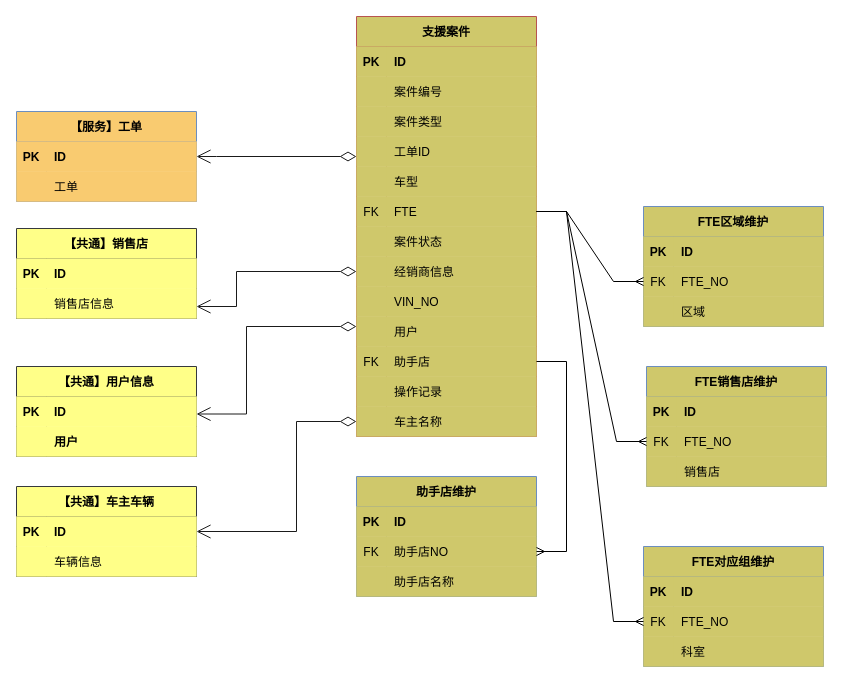
The draw.io diagram page "支援案件聚合根" (1 of 10) of images/支援案件时序图.drawio in 1132489442/designer, before the edit. Source tidied: cells renumbered, new cells numbered last; positions are measured from the earlier drawing's top-left corner, leaving out a move shared by most shapes. Both pictures are drawn from the tidied source at 100%, with x=0, y=0 at pixel (16, 16).
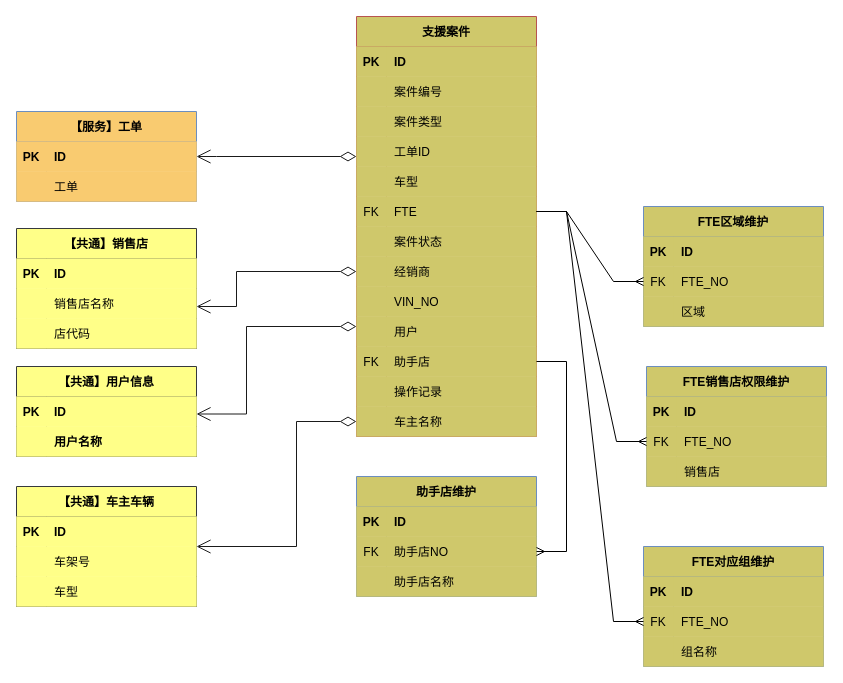
After the change.

The change refers to these unchanged cells:
```xml
<mxCell id="31" style="shape=partialRectangle;fillColor=#CFC86B;top=0;left=0;bottom=0;right=0;points=[[0,0.5],[1,0.5]];portConstraint=eastwest;strokeColor=#b85450;" parent="9" vertex="1">
  <mxGeometry y="240" width="180" height="30" as="geometry" />
</mxCell>
<mxCell id="46" style="shape=partialRectangle;fillColor=#CFC86B;top=0;left=0;bottom=0;right=0;points=[[0,0.5],[1,0.5]];portConstraint=eastwest;strokeColor=#b85450;" parent="9" vertex="1">
  <mxGeometry y="390" width="180" height="30" as="geometry" />
</mxCell>
<mxCell id="76" style="shape=partialRectangle;fillColor=#CFC86B;top=0;left=0;bottom=0;right=0;strokeColor=#6c8ebf;" parent="69" vertex="1">
  <mxGeometry y="90" width="180" height="30" as="geometry" />
</mxCell>
<mxCell id="97" style="shape=partialRectangle;fillColor=#ffff88;top=0;left=0;bottom=0;right=0;strokeColor=#36393d;swimlaneLine=1;shadow=0;labelBorderColor=none;labelBackgroundColor=none;" parent="93" vertex="1">
  <mxGeometry y="60" width="180" height="30" as="geometry" />
</mxCell>
<mxCell id="104" style="shape=partialRectangle;fillColor=#ffff88;top=0;left=0;bottom=0;right=0;strokeColor=#36393d;swimlaneLine=1;shadow=0;labelBorderColor=none;labelBackgroundColor=none;" parent="100" vertex="1">
  <mxGeometry y="60" width="180" height="30" as="geometry" />
</mxCell>
<mxCell id="111" style="shape=partialRectangle;fillColor=#ffff88;top=0;left=0;bottom=0;right=0;strokeColor=#36393d;swimlaneLine=1;shadow=0;labelBorderColor=none;labelBackgroundColor=none;" parent="107" vertex="1">
  <mxGeometry y="60" width="180" height="30" as="geometry" />
</mxCell>
```

The edit, as a diff of the source:
```diff
@@
-    <mxCell id="33" value="经销商信息" style="shape=partialRectangle;fillColor=#CFC86B;top=0;left=0;bottom=0;right=0;align=left;spacingLeft=6;overflow=hidden;strokeColor=#b85450;" parent="31" vertex="1">
+    <mxCell id="33" value="经销商" style="shape=partialRectangle;fillColor=#CFC86B;top=0;left=0;bottom=0;right=0;align=left;spacingLeft=6;overflow=hidden;strokeColor=#b85450;" parent="31" vertex="1">
       <mxGeometry x="30" width="150" height="30" as="geometry" />
     </mxCell>
@@
-    <mxCell id="59" value="FTE销售店维护" style="shape=table;startSize=30;childLayout=tableLayout;rowLines=0;fontStyle=1;align=center;fillColor=#CFC86B;strokeColor=#6c8ebf;" parent="1" vertex="1">
+    <mxCell id="59" value="FTE销售店权限维护" style="shape=table;startSize=30;childLayout=tableLayout;rowLines=0;fontStyle=1;align=center;fillColor=#CFC86B;strokeColor=#6c8ebf;" parent="1" vertex="1">
       <mxGeometry x="630" y="350" width="180" height="120" as="geometry" />
     </mxCell>
@@
-    <mxCell id="78" value="科室" style="shape=partialRectangle;fillColor=#CFC86B;top=0;left=0;bottom=0;right=0;align=left;spacingLeft=6;overflow=hidden;strokeColor=#6c8ebf;" parent="76" vertex="1">
+    <mxCell id="78" value="组名称" style="shape=partialRectangle;fillColor=#CFC86B;top=0;left=0;bottom=0;right=0;align=left;spacingLeft=6;overflow=hidden;strokeColor=#6c8ebf;" parent="76" vertex="1">
       <mxGeometry x="30" width="150" height="30" as="geometry" />
     </mxCell>
@@
     <mxCell id="93" value="【共通】车主车辆" style="shape=table;startSize=30;childLayout=tableLayout;rowLines=0;fontStyle=1;align=center;fillColor=#ffff88;strokeColor=#36393d;swimlaneLine=1;shadow=0;labelBorderColor=none;labelBackgroundColor=none;" parent="1" vertex="1">
-      <mxGeometry y="470" width="180" height="90" as="geometry" />
+      <mxGeometry y="470" width="180" height="120" as="geometry" />
     </mxCell>
@@
-    <mxCell id="99" value="车辆信息" style="shape=partialRectangle;fillColor=#ffff88;top=0;left=0;bottom=0;right=0;align=left;spacingLeft=6;overflow=hidden;strokeColor=#36393d;swimlaneLine=1;shadow=0;labelBorderColor=none;labelBackgroundColor=none;" parent="97" vertex="1">
+    <mxCell id="99" value="车架号" style="shape=partialRectangle;fillColor=#ffff88;top=0;left=0;bottom=0;right=0;align=left;spacingLeft=6;overflow=hidden;strokeColor=#36393d;swimlaneLine=1;shadow=0;labelBorderColor=none;labelBackgroundColor=none;" parent="97" vertex="1">
       <mxGeometry x="30" width="150" height="30" as="geometry" />
     </mxCell>
+    <mxCell id="118" style="shape=partialRectangle;fillColor=#ffff88;top=0;left=0;bottom=0;right=0;strokeColor=#36393d;swimlaneLine=1;shadow=0;labelBorderColor=none;labelBackgroundColor=none;" parent="93" vertex="1">
+      <mxGeometry y="90" width="180" height="30" as="geometry" />
+    </mxCell>
+    <mxCell id="119" style="shape=partialRectangle;fillColor=#ffff88;top=0;left=0;bottom=0;right=0;overflow=hidden;strokeColor=#36393d;swimlaneLine=1;shadow=0;labelBorderColor=none;labelBackgroundColor=none;" parent="118" vertex="1">
+      <mxGeometry width="30" height="30" as="geometry" />
+    </mxCell>
+    <mxCell id="120" value="车型" style="shape=partialRectangle;fillColor=#ffff88;top=0;left=0;bottom=0;right=0;align=left;spacingLeft=6;overflow=hidden;strokeColor=#36393d;swimlaneLine=1;shadow=0;labelBorderColor=none;labelBackgroundColor=none;" parent="118" vertex="1">
+      <mxGeometry x="30" width="150" height="30" as="geometry" />
+    </mxCell>
@@
-    <mxCell id="106" value="用户" style="shape=partialRectangle;fillColor=#ffff88;top=0;left=0;bottom=0;right=0;align=left;spacingLeft=6;overflow=hidden;fontStyle=1;strokeColor=#36393d;swimlaneLine=1;shadow=0;labelBorderColor=none;labelBackgroundColor=none;" parent="104" vertex="1">
+    <mxCell id="106" value="用户名称" style="shape=partialRectangle;fillColor=#ffff88;top=0;left=0;bottom=0;right=0;align=left;spacingLeft=6;overflow=hidden;fontStyle=1;strokeColor=#36393d;swimlaneLine=1;shadow=0;labelBorderColor=none;labelBackgroundColor=none;" parent="104" vertex="1">
       <mxGeometry x="30" width="150" height="30" as="geometry" />
     </mxCell>
     <mxCell id="107" value="【共通】销售店" style="shape=table;startSize=30;childLayout=tableLayout;rowLines=0;fontStyle=1;align=center;fillColor=#ffff88;strokeColor=#36393d;swimlaneLine=1;shadow=0;labelBorderColor=none;labelBackgroundColor=none;" parent="1" vertex="1">
-      <mxGeometry y="212" width="180" height="90" as="geometry" />
+      <mxGeometry y="212" width="180" height="120" as="geometry" />
     </mxCell>
@@
-    <mxCell id="113" value="销售店信息" style="shape=partialRectangle;fillColor=#ffff88;top=0;left=0;bottom=0;right=0;align=left;spacingLeft=6;overflow=hidden;strokeColor=#36393d;swimlaneLine=1;shadow=0;labelBorderColor=none;labelBackgroundColor=none;" parent="111" vertex="1">
+    <mxCell id="113" value="销售店名称" style="shape=partialRectangle;fillColor=#ffff88;top=0;left=0;bottom=0;right=0;align=left;spacingLeft=6;overflow=hidden;strokeColor=#36393d;swimlaneLine=1;shadow=0;labelBorderColor=none;labelBackgroundColor=none;" parent="111" vertex="1">
       <mxGeometry x="30" width="150" height="30" as="geometry" />
     </mxCell>
+    <mxCell id="121" style="shape=partialRectangle;fillColor=#ffff88;top=0;left=0;bottom=0;right=0;strokeColor=#36393d;swimlaneLine=1;shadow=0;labelBorderColor=none;labelBackgroundColor=none;" parent="107" vertex="1">
+      <mxGeometry y="90" width="180" height="30" as="geometry" />
+    </mxCell>
+    <mxCell id="122" style="shape=partialRectangle;fillColor=#ffff88;top=0;left=0;bottom=0;right=0;overflow=hidden;strokeColor=#36393d;swimlaneLine=1;shadow=0;labelBorderColor=none;labelBackgroundColor=none;" parent="121" vertex="1">
+      <mxGeometry width="30" height="30" as="geometry" />
+    </mxCell>
+    <mxCell id="123" value="店代码" style="shape=partialRectangle;fillColor=#ffff88;top=0;left=0;bottom=0;right=0;align=left;spacingLeft=6;overflow=hidden;strokeColor=#36393d;swimlaneLine=1;shadow=0;labelBorderColor=none;labelBackgroundColor=none;" parent="121" vertex="1">
+      <mxGeometry x="30" width="150" height="30" as="geometry" />
+    </mxCell>
@@
     <mxCell id="116" style="endArrow=open;html=1;endSize=12;startArrow=diamondThin;startSize=14;startFill=0;edgeStyle=orthogonalEdgeStyle;align=left;verticalAlign=bottom;rounded=0;strokeColor=#1A1A1A;exitX=0;exitY=0.5;exitDx=0;exitDy=0;entryX=1;entryY=0.5;entryDx=0;entryDy=0;" parent="1" edge="1" source="46" target="93">
       <mxGeometry x="-1" y="3" relative="1" as="geometry">
         <Array as="points">
           <mxPoint x="280" y="405" />
-          <mxPoint x="280" y="515" />
+          <mxPoint x="280" y="530" />
         </Array>
       </mxGeometry>
     </mxCell>
```
